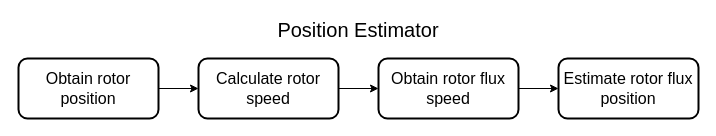
The draw.io diagram Report/Diagrams/EncoderModuleDiagram.drawio in NicolaiFransen/SemesterProjectPED2, before the edit. Source tidied: cells renumbered, new cells numbered last; positions are measured from the earlier drawing's top-left corner, leaving out a move shared by most shapes. Both pictures are drawn from the tidied source at 100%, with x=0, y=0 at pixel (18, 18).
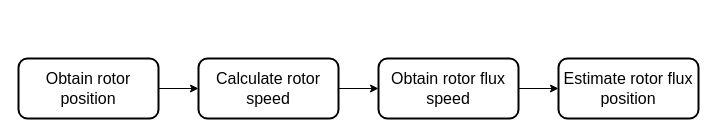
Above is the later version.

Commit message (it also covers changes not shown here):
Diagrams for software modules

Diff of the diagram source:
```diff
@@
 <mxGraphModel>
   <root>
     <mxCell id="0" />
     <mxCell id="1" parent="0" />
-    <mxCell id="2" value="&lt;div&gt;Position Estimator&lt;/div&gt;" style="text;html=1;strokeColor=none;fillColor=none;align=center;verticalAlign=middle;whiteSpace=wrap;rounded=0;shadow=0;fontSize=20;" parent="1" vertex="1">
-      <mxGeometry x="210" width="260" height="22" as="geometry" />
-    </mxCell>
     <mxCell id="3" style="edgeStyle=orthogonalEdgeStyle;rounded=0;jettySize=auto;html=1;exitX=1;exitY=0.5;exitDx=0;exitDy=0;entryX=0;entryY=0.5;entryDx=0;entryDy=0;" parent="1" edge="1" source="4" target="6">
       <mxGeometry relative="1" as="geometry" />
     </mxCell>
     <mxCell id="4" value="&lt;font style=&quot;font-size: 16px&quot;&gt;Obtain rotor position&lt;br&gt;&lt;/font&gt;" style="rounded=1;whiteSpace=wrap;html=1;strokeWidth=2;" parent="1" vertex="1">
       <mxGeometry y="40" width="140" height="60" as="geometry" />
     </mxCell>
     <mxCell id="5" style="edgeStyle=orthogonalEdgeStyle;rounded=0;jettySize=auto;html=1;exitX=1;exitY=0.5;exitDx=0;exitDy=0;" parent="1" edge="1" source="6" target="9">
       <mxGeometry relative="1" as="geometry" />
     </mxCell>
     <mxCell id="6" value="&lt;font style=&quot;font-size: 16px&quot;&gt;Calculate rotor speed&lt;/font&gt;" style="rounded=1;whiteSpace=wrap;html=1;strokeWidth=2;" parent="1" vertex="1">
       <mxGeometry x="180" y="40" width="140" height="60" as="geometry" />
     </mxCell>
     <mxCell id="7" value="&lt;font style=&quot;font-size: 16px&quot;&gt;Estimate rotor flux position&lt;/font&gt;" style="rounded=1;whiteSpace=wrap;html=1;strokeWidth=2;" parent="1" vertex="1">
       <mxGeometry x="540" y="40" width="140" height="60" as="geometry" />
     </mxCell>
     <mxCell id="8" style="edgeStyle=orthogonalEdgeStyle;rounded=0;jettySize=auto;html=1;exitX=1;exitY=0.5;exitDx=0;exitDy=0;entryX=0;entryY=0.5;entryDx=0;entryDy=0;" parent="1" edge="1" source="9" target="7">
       <mxGeometry relative="1" as="geometry" />
     </mxCell>
     <mxCell id="9" value="&lt;font style=&quot;font-size: 16px&quot;&gt;Obtain rotor flux speed&lt;/font&gt;" style="rounded=1;whiteSpace=wrap;html=1;strokeWidth=2;" parent="1" vertex="1">
       <mxGeometry x="360" y="40" width="140" height="60" as="geometry" />
     </mxCell>
   </root>
 </mxGraphModel>
```
